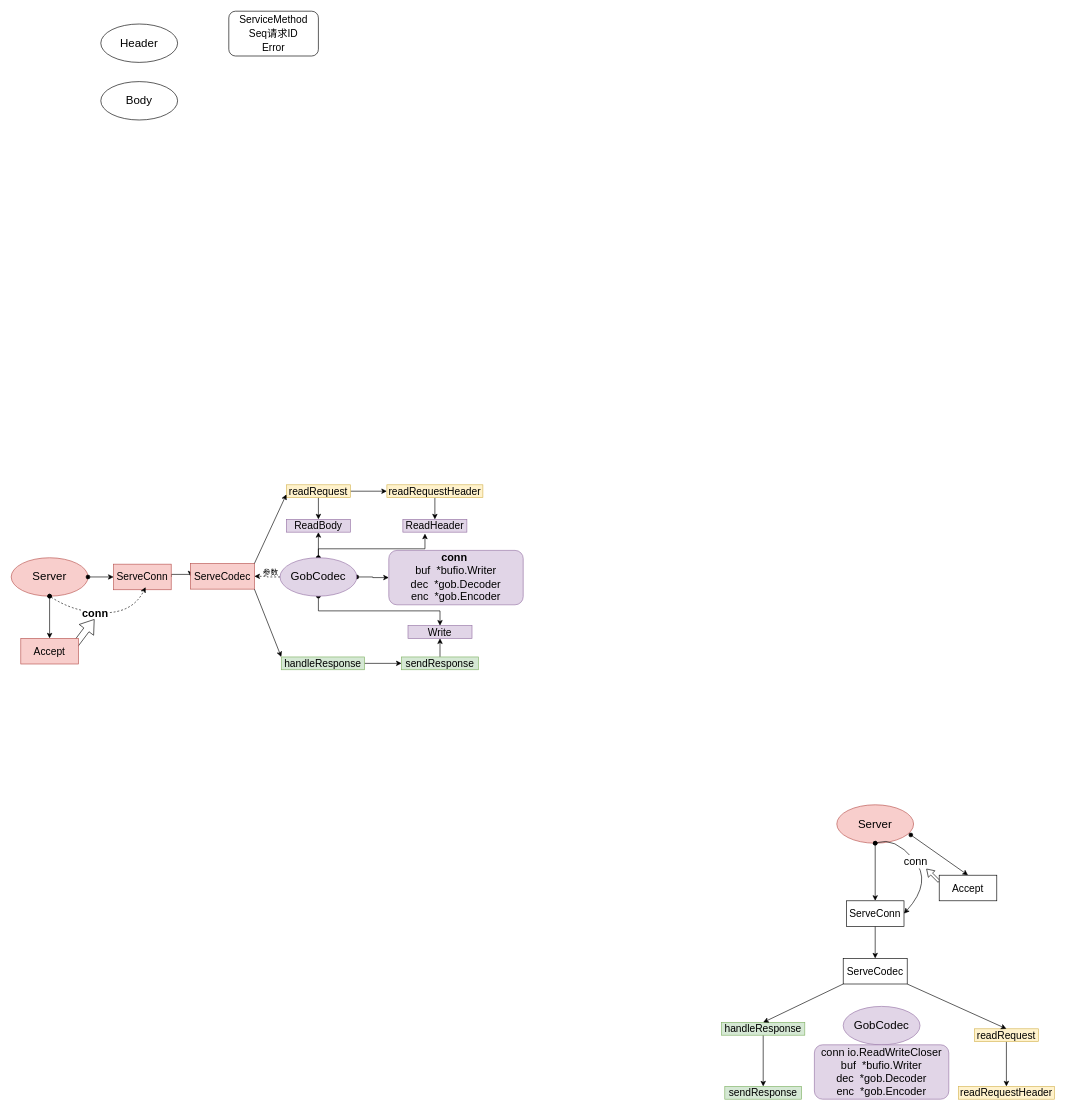
Before: gee_RPC.drawio in TouyamaRie/My_pictures, a draw.io diagram. Source tidied: cells renumbered, new cells numbered last; positions are measured from the earlier drawing's top-left corner, leaving out a move shared by most shapes. Both pictures are drawn from the tidied source at 64%, with x=0, y=0 at pixel (11, 11).
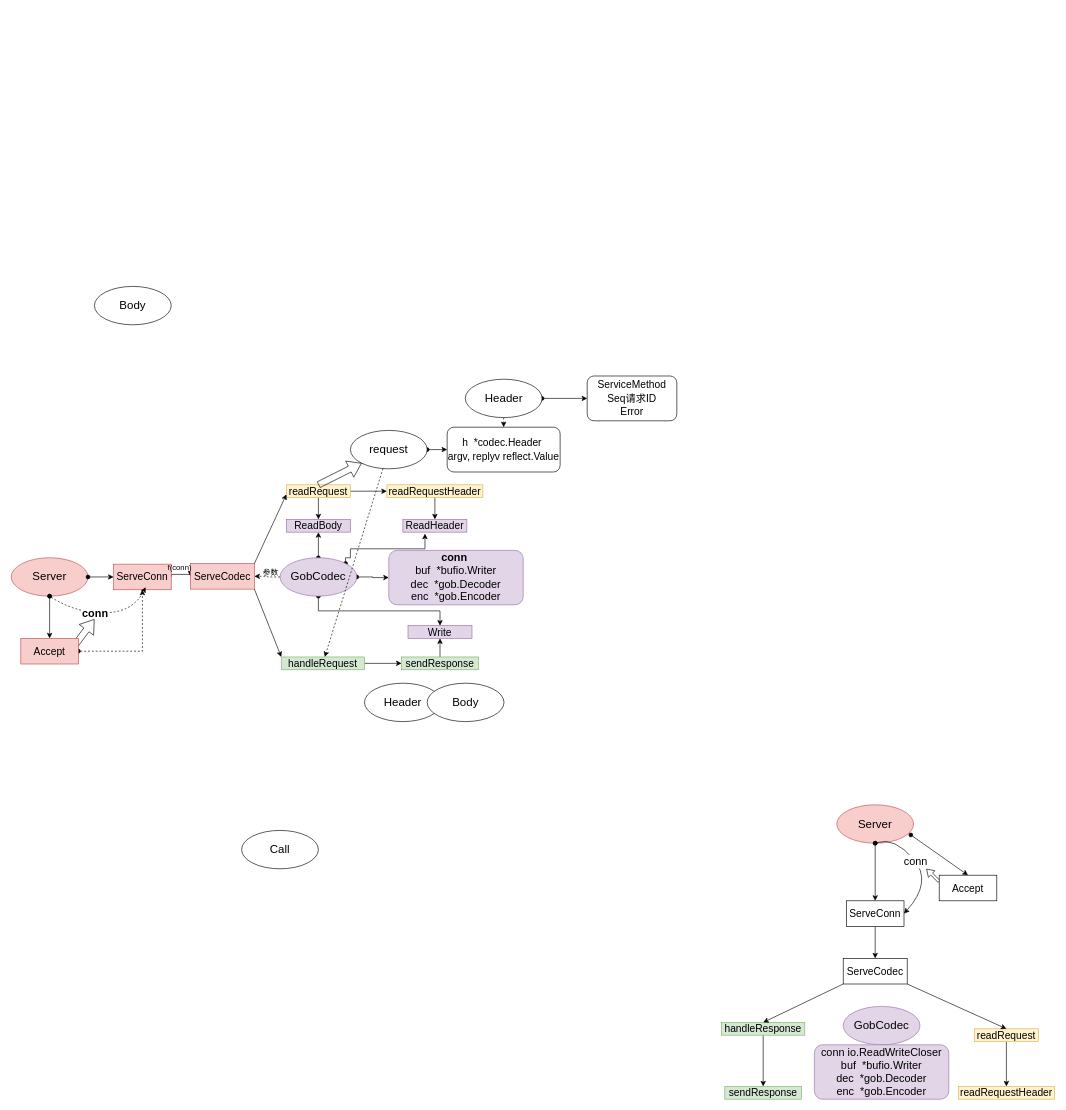
Above is the later version.

Unchanged cells that the change refers to:
```xml
<mxCell id="7" value="&lt;font style=&quot;font-size: 18px;&quot;&gt;GobCodec&lt;br&gt;&lt;/font&gt;" style="ellipse;whiteSpace=wrap;html=1;fillColor=#e1d5e7;strokeColor=#9673a6;" parent="1" vertex="1">
  <mxGeometry x="420" y="854" width="120" height="60" as="geometry" />
</mxCell>
<mxCell id="14" value="ServeConn" style="whiteSpace=wrap;html=1;fontSize=16;fillColor=#f8cecc;strokeColor=#b85450;" parent="1" vertex="1">
  <mxGeometry x="160" y="864" width="90" height="40" as="geometry" />
</mxCell>
<mxCell id="32" value="Accept" style="whiteSpace=wrap;html=1;fontSize=16;fillColor=#f8cecc;strokeColor=#b85450;" parent="1" vertex="1">
  <mxGeometry x="15" y="980" width="90" height="40" as="geometry" />
</mxCell>
<mxCell id="54" value="ReadHeader" style="whiteSpace=wrap;html=1;fontSize=16;fillColor=#e1d5e7;strokeColor=#9673a6;" parent="1" vertex="1">
  <mxGeometry x="612" y="794" width="100" height="20" as="geometry" />
</mxCell>
```

Change to the diagram source:
```diff
@@
+    <mxCell id="57" style="edgeStyle=orthogonalEdgeStyle;rounded=0;jettySize=auto;html=1;exitX=1;exitY=0.5;exitDx=0;exitDy=0;entryX=0;entryY=0.5;entryDx=0;entryDy=0;fontColor=#000000;startArrow=oval;startFill=1;" parent="1" edge="1" source="2" target="9">
+      <mxGeometry relative="1" as="geometry" />
+    </mxCell>
     <mxCell id="2" value="&lt;font style=&quot;font-size: 18px;&quot;&gt;Header&lt;/font&gt;" style="ellipse;whiteSpace=wrap;html=1;" parent="1" vertex="1">
-      <mxGeometry x="140" y="20" width="120" height="60" as="geometry" />
+      <mxGeometry x="709.5" y="575" width="120" height="60" as="geometry" />
     </mxCell>
@@
-    <mxCell id="6" style="edgeStyle=orthogonalEdgeStyle;rounded=0;jettySize=auto;html=1;exitX=0.5;exitY=0;exitDx=0;exitDy=0;entryX=0.345;entryY=1.115;entryDx=0;entryDy=0;entryPerimeter=0;startArrow=oval;startFill=1;" parent="1" edge="1" source="7" target="54">
+    <mxCell id="6" style="edgeStyle=orthogonalEdgeStyle;rounded=0;jettySize=auto;html=1;exitX=1;exitY=0;exitDx=0;exitDy=0;entryX=0.345;entryY=1.115;entryDx=0;entryDy=0;entryPerimeter=0;startArrow=oval;startFill=1;" parent="1" edge="1" source="7" target="54">
       <mxGeometry relative="1" as="geometry">
         <Array as="points">
-          <mxPoint x="480" y="840" />
-          <mxPoint x="646" y="840" />
+          <mxPoint x="522" y="854" />
+          <mxPoint x="530" y="854" />
+          <mxPoint x="530" y="840" />
+          <mxPoint x="647" y="840" />
         </Array>
       </mxGeometry>
     </mxCell>
@@
     <mxCell id="8" value="Body" style="ellipse;whiteSpace=wrap;html=1;fontSize=18;" parent="1" vertex="1">
-      <mxGeometry x="140" y="110" width="120" height="60" as="geometry" />
+      <mxGeometry x="130" y="430" width="120" height="60" as="geometry" />
     </mxCell>
     <mxCell id="9" value="&lt;font style=&quot;font-size: 16px;&quot;&gt;ServiceMethod&lt;br&gt;Seq请求ID&lt;br&gt;Error&lt;/font&gt;" style="rounded=1;whiteSpace=wrap;html=1;fontSize=18;" parent="1" vertex="1">
-      <mxGeometry x="340" width="140" height="70" as="geometry" />
+      <mxGeometry x="900" y="570" width="140" height="70" as="geometry" />
     </mxCell>
@@
-    <mxCell id="23" value="handleResponse" style="whiteSpace=wrap;html=1;fontSize=16;fillColor=#d5e8d4;strokeColor=#82b366;" parent="1" vertex="1">
+    <mxCell id="23" value="handleRequest" style="whiteSpace=wrap;html=1;fontSize=16;fillColor=#d5e8d4;strokeColor=#82b366;" parent="1" vertex="1">
       <mxGeometry x="422" y="1009" width="130" height="20" as="geometry" />
     </mxCell>
@@
+    <mxCell id="58" style="edgeStyle=orthogonalEdgeStyle;rounded=0;jettySize=auto;html=1;exitX=1;exitY=0.5;exitDx=0;exitDy=0;entryX=0.5;entryY=1;entryDx=0;entryDy=0;dashed=1;fontColor=#000000;startArrow=oval;startFill=1;" parent="1" edge="1" source="32" target="14">
+      <mxGeometry relative="1" as="geometry" />
+    </mxCell>
@@
+    <mxCell id="59" value="f(conn)" style="text;html=1;align=center;verticalAlign=middle;strokeColor=none;fillColor=none;fontColor=#000000;" parent="1" vertex="1">
+      <mxGeometry x="233" y="853.5" width="60" height="30" as="geometry" />
+    </mxCell>
+    <mxCell id="60" style="edgeStyle=orthogonalEdgeStyle;rounded=0;jettySize=auto;html=1;exitX=1;exitY=0.5;exitDx=0;exitDy=0;entryX=0;entryY=0.5;entryDx=0;entryDy=0;fontColor=#000000;startArrow=oval;startFill=1;" parent="1" edge="1" source="61" target="62">
+      <mxGeometry relative="1" as="geometry" />
+    </mxCell>
+    <mxCell id="61" value="request" style="ellipse;whiteSpace=wrap;html=1;fontSize=18;" parent="1" vertex="1">
+      <mxGeometry x="530" y="655" width="120" height="60" as="geometry" />
+    </mxCell>
+    <mxCell id="62" value="&lt;div&gt;&lt;span style=&quot;font-size: 16px;&quot;&gt;h&amp;nbsp; *codec.Header&amp;nbsp;&lt;/span&gt;&lt;/div&gt;&lt;div&gt;&lt;span style=&quot;font-size: 16px;&quot;&gt;&lt;span style=&quot;&quot;&gt; &lt;/span&gt;argv, replyv reflect.Value&lt;/span&gt;&lt;/div&gt;" style="rounded=1;whiteSpace=wrap;html=1;fontSize=18;" parent="1" vertex="1">
+      <mxGeometry x="681.2" y="650" width="176.5" height="70" as="geometry" />
+    </mxCell>
+    <mxCell id="63" style="shape=flexArrow;endArrow=classic;html=1;rounded=0;fontSize=17;endWidth=17.142857142857142;endSize=6.428571428571429;entryX=0;entryY=1;entryDx=0;entryDy=0;" parent="1" edge="1" target="61">
+      <mxGeometry relative="1" as="geometry">
+        <mxPoint x="480" y="740" as="sourcePoint" />
+      </mxGeometry>
+    </mxCell>
+    <mxCell id="64" value="&lt;font style=&quot;font-size: 18px;&quot;&gt;Header&lt;/font&gt;" style="ellipse;whiteSpace=wrap;html=1;" parent="1" vertex="1">
+      <mxGeometry x="552" y="1050" width="120" height="60" as="geometry" />
+    </mxCell>
+    <mxCell id="65" value="Body" style="ellipse;whiteSpace=wrap;html=1;fontSize=18;" parent="1" vertex="1">
+      <mxGeometry x="650" y="1050" width="120" height="60" as="geometry" />
+    </mxCell>
+    <mxCell id="66" style="endArrow=classic;html=1;rounded=0;fontColor=#000000;dashed=1;" parent="1" edge="1" source="61">
+      <mxGeometry relative="1" as="geometry">
+        <mxPoint x="490" y="1009" as="targetPoint" />
+      </mxGeometry>
+    </mxCell>
+    <mxCell id="67" style="endArrow=classic;html=1;rounded=0;dashed=1;fontColor=#000000;" parent="1" edge="1" source="2" target="62">
+      <mxGeometry relative="1" as="geometry" />
+    </mxCell>
+    <mxCell id="68" value="&lt;font style=&quot;font-size: 18px;&quot;&gt;Call&lt;/font&gt;" style="ellipse;whiteSpace=wrap;html=1;" parent="1" vertex="1">
+      <mxGeometry x="360" y="1280" width="120" height="60" as="geometry" />
+    </mxCell>
```
